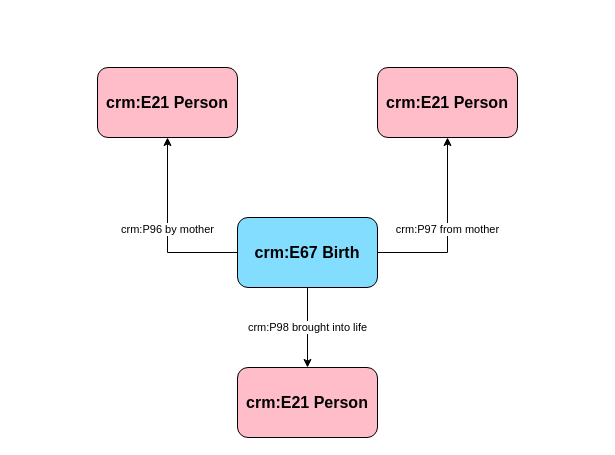
The draw.io diagram documentation/graphics/filiation.drawio in lod4hss-projects/elites_suisses_data, before the edit. Source tidied: cells renumbered, new cells numbered last; positions are measured from the earlier drawing's top-left corner, leaving out a move shared by most shapes. Both pictures are drawn from the tidied source at 100%, with x=0, y=0 at pixel (97, 67).
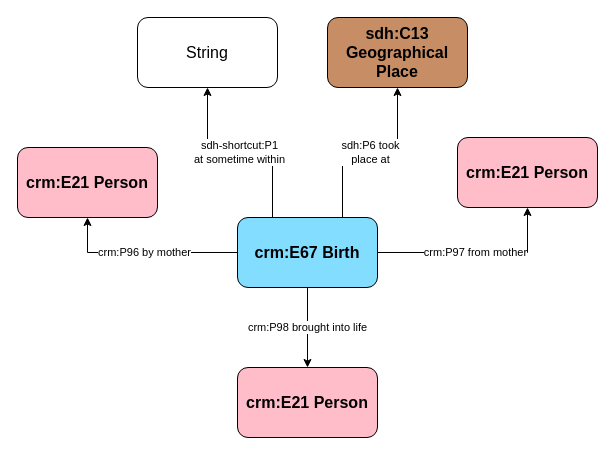
After the change.

The edit, as a diff of the source:
```diff
@@
 <mxGraphModel>
   <root>
     <mxCell id="0" />
     <mxCell id="1" parent="0" />
     <mxCell id="2" value="crm:P96 by mother" style="edgeStyle=orthogonalEdgeStyle;html=1;exitX=0;exitY=0.5;exitDx=0;exitDy=0;entryX=0.5;entryY=1;entryDx=0;entryDy=0;rounded=0;" parent="1" edge="1" source="3" target="6">
       <mxGeometry relative="1" as="geometry" />
     </mxCell>
     <mxCell id="3" value="crm:E67 Birth" style="rounded=1;whiteSpace=wrap;html=1;fillColor=#82ddff;fontSize=16;fontStyle=1;" parent="1" vertex="1">
       <mxGeometry x="140" y="150" width="140" height="70" as="geometry" />
     </mxCell>
     <mxCell id="4" value="crm:E21 Person" style="rounded=1;whiteSpace=wrap;html=1;fillColor=#ffbdca;fontSize=16;fontStyle=1;" parent="1" vertex="1">
       <mxGeometry x="140" y="300" width="140" height="70" as="geometry" />
     </mxCell>
     <mxCell id="5" value="crm:P98 brought into life" style="edgeStyle=orthogonalEdgeStyle;rounded=0;jettySize=auto;html=1;exitX=0.5;exitY=1;exitDx=0;exitDy=0;" parent="1" edge="1" source="3" target="4">
       <mxGeometry relative="1" as="geometry" />
     </mxCell>
     <mxCell id="6" value="crm:E21 Person" style="rounded=1;whiteSpace=wrap;html=1;fillColor=#ffbdca;fontSize=16;fontStyle=1;" parent="1" vertex="1">
-      <mxGeometry width="140" height="70" as="geometry" />
+      <mxGeometry x="-80" y="80" width="140" height="70" as="geometry" />
     </mxCell>
     <mxCell id="7" value="crm:P97 from mother" style="edgeStyle=orthogonalEdgeStyle;html=1;entryX=0.5;entryY=1;entryDx=0;entryDy=0;rounded=0;exitX=1;exitY=0.5;exitDx=0;exitDy=0;" parent="1" edge="1" source="3" target="8">
       <mxGeometry relative="1" as="geometry" />
     </mxCell>
     <mxCell id="8" value="crm:E21 Person" style="rounded=1;whiteSpace=wrap;html=1;fillColor=#ffbdca;fontSize=16;fontStyle=1;" parent="1" vertex="1">
-      <mxGeometry x="280" width="140" height="70" as="geometry" />
+      <mxGeometry x="360" y="70" width="140" height="70" as="geometry" />
     </mxCell>
+    <mxCell id="9" value="sdh:P6 took&lt;div&gt;place at&lt;/div&gt;" style="edgeStyle=orthogonalEdgeStyle;html=1;exitX=0.75;exitY=0;exitDx=0;exitDy=0;rounded=0;" parent="1" edge="1" source="3" target="12">
+      <mxGeometry relative="1" as="geometry" />
+    </mxCell>
+    <mxCell id="10" value="sdh-shortcut:P1&lt;div&gt;at sometime within&lt;/div&gt;" style="edgeStyle=orthogonalEdgeStyle;html=1;exitX=0.25;exitY=0;exitDx=0;exitDy=0;rounded=0;" parent="1" edge="1" source="3" target="11">
+      <mxGeometry relative="1" as="geometry" />
+    </mxCell>
+    <mxCell id="11" value="&lt;span style=&quot;font-weight: normal;&quot;&gt;String&lt;/span&gt;" style="rounded=1;whiteSpace=wrap;html=1;fontSize=16;fontStyle=1;" parent="1" vertex="1">
+      <mxGeometry x="40" y="-50" width="140" height="70" as="geometry" />
+    </mxCell>
+    <mxCell id="12" value="sdh:C13 Geographical Place" style="rounded=1;whiteSpace=wrap;html=1;fillColor=#C78E66;fontSize=16;fontStyle=1;" parent="1" vertex="1">
+      <mxGeometry x="230" y="-50" width="140" height="70" as="geometry" />
+    </mxCell>
   </root>
 </mxGraphModel>
```
